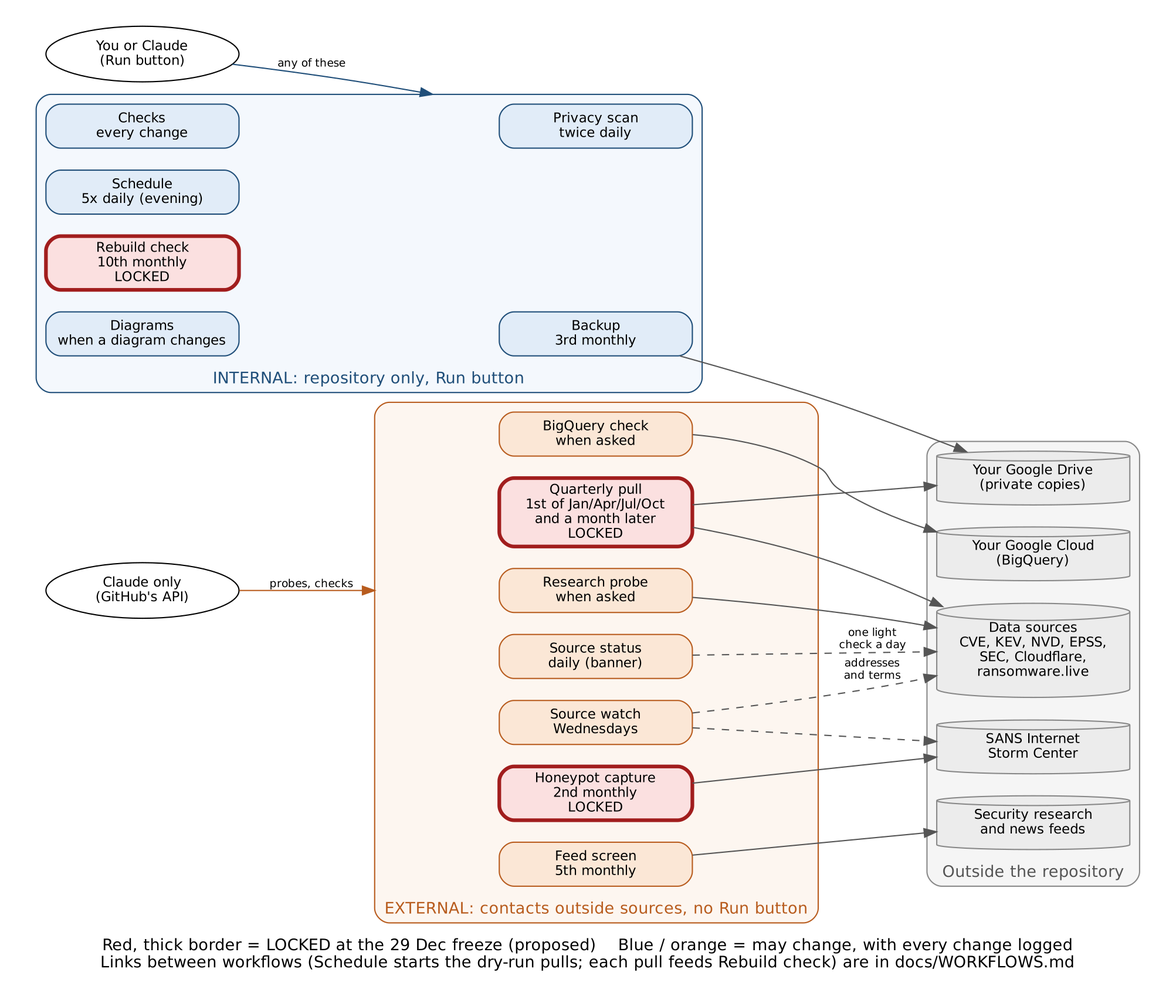
pagagne/internet-security-snapshot keeps this Graphviz diagram as docs/diagrams/workflow_runs.png. Above is the earlier version. Its source is kept beside it as docs/diagrams/workflow_runs.dot.
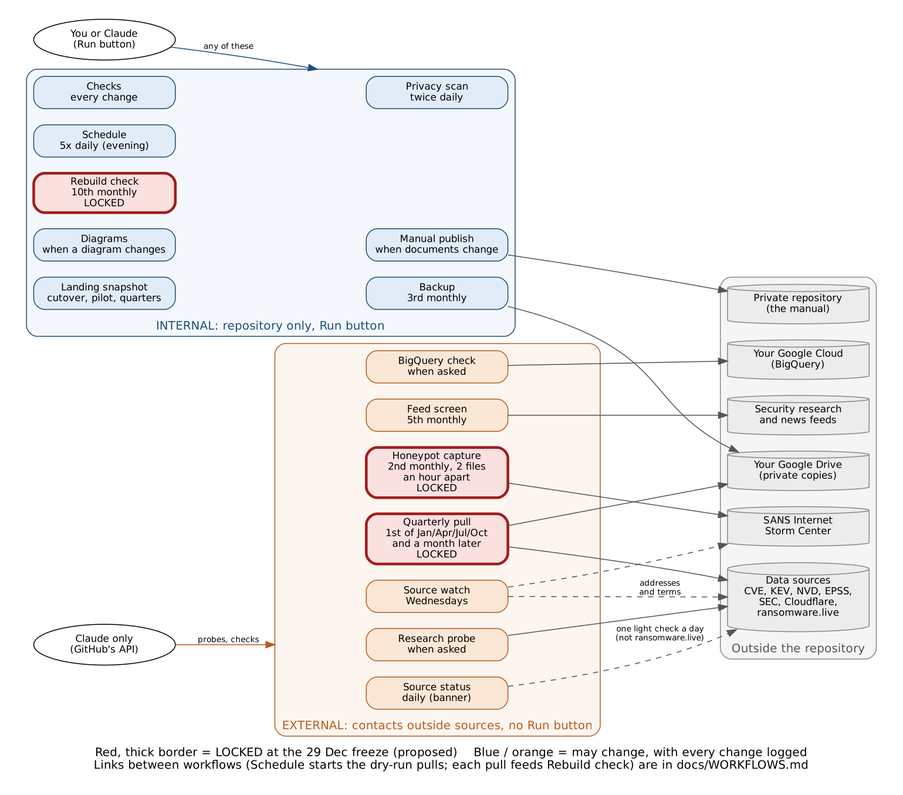
Later version of the same file.

The edit, as a diff of the source:
```diff
@@ -17,13 +17,15 @@
     rebuild [label="Rebuild check\n10th monthly\nLOCKED", fillcolor="#fbe0e0", color="#a11d1d", penwidth=3];
     diag    [label="Diagrams\nwhen a diagram changes"];
     backup  [label="Backup\n3rd monthly"];
+    manual  [label="Manual publish\nwhen documents change"];
+    landing [label="Landing snapshot\ncutover, pilot, quarters"];
   }
 
   subgraph cluster_ext {
     label="EXTERNAL: contacts outside sources, no Run button"; style="rounded,filled"; fillcolor="#fdf6f0"; color="#b85c1e"; fontcolor="#b85c1e";
     node [fillcolor="#fbe7d6", color="#b85c1e"];
     pull  [label="Quarterly pull\n1st of Jan/Apr/Jul/Oct\nand a month later\nLOCKED", fillcolor="#fbe0e0", color="#a11d1d", penwidth=3];
-    honey [label="Honeypot capture\n2nd monthly\nLOCKED", fillcolor="#fbe0e0", color="#a11d1d", penwidth=3];
+    honey [label="Honeypot capture\n2nd monthly, 2 files\nan hour apart\nLOCKED", fillcolor="#fbe0e0", color="#a11d1d", penwidth=3];
     probe [label="Research probe\nwhen asked"];
     bq    [label="BigQuery check\nwhen asked"];
     feeds [label="Feed screen\n5th monthly"];
@@ -39,11 +41,12 @@
     gcp     [label="Your Google Cloud\n(BigQuery)"];
     drive   [label="Your Google Drive\n(private copies)"];
     news    [label="Security research\nand news feeds"];
+    private [label="Private repository\n(the manual)"];
   }
 
   { rank=same; you; claude; }
-    { rank=same; sources; sans; gcp; drive; news; }
+    { rank=same; sources; sans; gcp; drive; news; private; }
   you -> privacy [lhead=cluster_int, color="#1f4e79", label="any of these"];
   claude -> probe [lhead=cluster_ext, color="#b85c1e", label="probes, checks"];
-  pull -> sources; pull -> drive; probe -> sources; honey -> sans; bq -> gcp; backup -> drive; feeds -> news; watch -> sources [style=dashed, label="addresses\nand terms"]; watch -> sans [style=dashed]; status -> sources [style=dashed, label="one light\ncheck a day"];
+  pull -> sources; pull -> drive; probe -> sources; honey -> sans; bq -> gcp; backup -> drive; feeds -> news; watch -> sources [style=dashed, label="addresses\nand terms"]; watch -> sans [style=dashed]; status -> sources [style=dashed, label="one light check a day\n(not ransomware.live)"]; manual -> private;
 }
```
